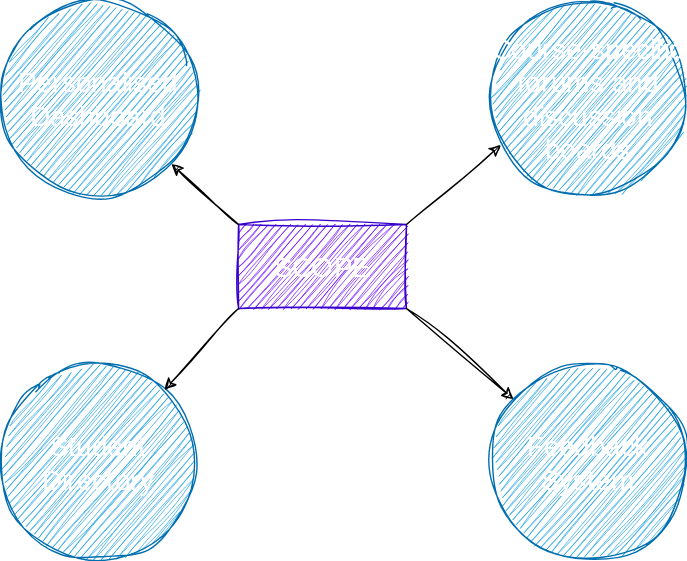
Before: proposal/submission/sec01/Systema/scope.svg, a diagram exported from draw.io (drshahizan/software-engineering). Source tidied: cells renumbered, new cells last; positions are measured from the earlier drawing's top-left corner, leaving out a move shared by most shapes.
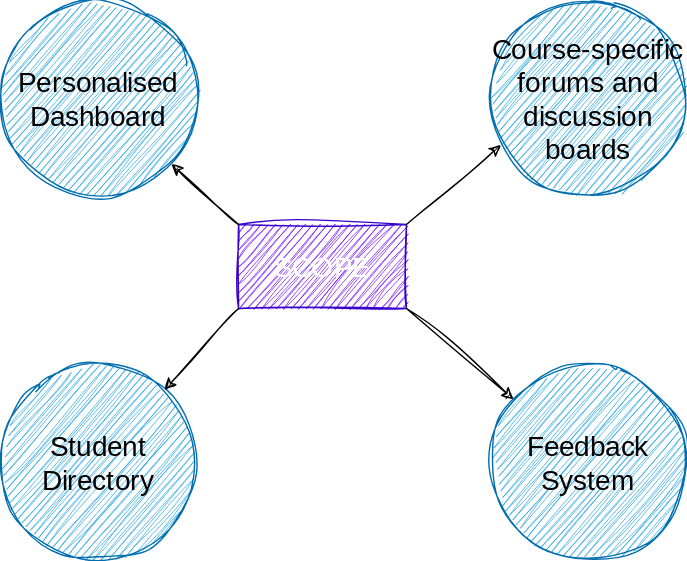
The same file after the commit.

Change to the diagram source:
```diff
@@ -5,16 +5,16 @@
     <mxCell id="2" value="SCOPE" style="rounded=0;whiteSpace=wrap;html=1;hachureGap=4;fontFamily=Architects Daughter;fontSource=https%3A%2F%2Ffonts.googleapis.com%2Fcss%3Ffamily%3DArchitects%2BDaughter;fontSize=20;sketch=1;curveFitting=1;jiggle=2;fillColor=#6a00ff;strokeColor=#3700CC;fontColor=#ffffff;" parent="1" vertex="1">
       <mxGeometry x="170" y="160" width="120" height="60" as="geometry" />
     </mxCell>
-    <mxCell id="3" value="Personalised Dashboard" style="ellipse;whiteSpace=wrap;html=1;hachureGap=4;fontFamily=Architects Daughter;fontSource=https%3A%2F%2Ffonts.googleapis.com%2Fcss%3Ffamily%3DArchitects%2BDaughter;fontSize=20;sketch=1;curveFitting=1;jiggle=2;fillColor=#1ba1e2;fontColor=#ffffff;strokeColor=#006EAF;" parent="1" vertex="1">
+    <mxCell id="3" value="&lt;font color=&quot;#000000&quot;&gt;Personalised Dashboard&lt;/font&gt;" style="ellipse;whiteSpace=wrap;html=1;hachureGap=4;fontFamily=Architects Daughter;fontSource=https%3A%2F%2Ffonts.googleapis.com%2Fcss%3Ffamily%3DArchitects%2BDaughter;fontSize=20;sketch=1;curveFitting=1;jiggle=2;fillColor=#1ba1e2;fontColor=#ffffff;strokeColor=#006EAF;" parent="1" vertex="1">
       <mxGeometry width="140" height="140" as="geometry" />
     </mxCell>
-    <mxCell id="4" value="Course-specific forums and discussion boards" style="ellipse;whiteSpace=wrap;html=1;hachureGap=4;fontFamily=Architects Daughter;fontSource=https%3A%2F%2Ffonts.googleapis.com%2Fcss%3Ffamily%3DArchitects%2BDaughter;fontSize=20;sketch=1;curveFitting=1;jiggle=2;fillColor=#1ba1e2;fontColor=#ffffff;strokeColor=#006EAF;" parent="1" vertex="1">
+    <mxCell id="4" value="&lt;font color=&quot;#000000&quot;&gt;Course-specific forums and discussion boards&lt;/font&gt;" style="ellipse;whiteSpace=wrap;html=1;hachureGap=4;fontFamily=Architects Daughter;fontSource=https%3A%2F%2Ffonts.googleapis.com%2Fcss%3Ffamily%3DArchitects%2BDaughter;fontSize=20;sketch=1;curveFitting=1;jiggle=2;fillColor=#1ba1e2;fontColor=#ffffff;strokeColor=#006EAF;" parent="1" vertex="1">
       <mxGeometry x="350" width="140" height="140" as="geometry" />
     </mxCell>
-    <mxCell id="5" value="Student Directory" style="ellipse;whiteSpace=wrap;html=1;hachureGap=4;fontFamily=Architects Daughter;fontSource=https%3A%2F%2Ffonts.googleapis.com%2Fcss%3Ffamily%3DArchitects%2BDaughter;fontSize=20;sketch=1;curveFitting=1;jiggle=2;fillColor=#1ba1e2;fontColor=#ffffff;strokeColor=#006EAF;" parent="1" vertex="1">
+    <mxCell id="5" value="&lt;font color=&quot;#000000&quot;&gt;Student Directory&lt;/font&gt;" style="ellipse;whiteSpace=wrap;html=1;hachureGap=4;fontFamily=Architects Daughter;fontSource=https%3A%2F%2Ffonts.googleapis.com%2Fcss%3Ffamily%3DArchitects%2BDaughter;fontSize=20;sketch=1;curveFitting=1;jiggle=2;fillColor=#1ba1e2;fontColor=#ffffff;strokeColor=#006EAF;" parent="1" vertex="1">
       <mxGeometry y="260" width="140" height="140" as="geometry" />
     </mxCell>
-    <mxCell id="6" value="Feedback System" style="ellipse;whiteSpace=wrap;html=1;hachureGap=4;fontFamily=Architects Daughter;fontSource=https%3A%2F%2Ffonts.googleapis.com%2Fcss%3Ffamily%3DArchitects%2BDaughter;fontSize=20;sketch=1;curveFitting=1;jiggle=2;fillColor=#1ba1e2;fontColor=#ffffff;strokeColor=#006EAF;" parent="1" vertex="1">
+    <mxCell id="6" value="&lt;font color=&quot;#000000&quot;&gt;Feedback System&lt;/font&gt;" style="ellipse;whiteSpace=wrap;html=1;hachureGap=4;fontFamily=Architects Daughter;fontSource=https%3A%2F%2Ffonts.googleapis.com%2Fcss%3Ffamily%3DArchitects%2BDaughter;fontSize=20;sketch=1;curveFitting=1;jiggle=2;fillColor=#1ba1e2;fontColor=#ffffff;strokeColor=#006EAF;" parent="1" vertex="1">
       <mxGeometry x="350" y="260" width="140" height="140" as="geometry" />
     </mxCell>
     <mxCell id="7" style="endArrow=classic;html=1;hachureGap=4;fontFamily=Architects Daughter;fontSource=https%3A%2F%2Ffonts.googleapis.com%2Fcss%3Ffamily%3DArchitects%2BDaughter;fontSize=16;sketch=1;curveFitting=1;jiggle=2;" parent="1" edge="1" target="3">
```
